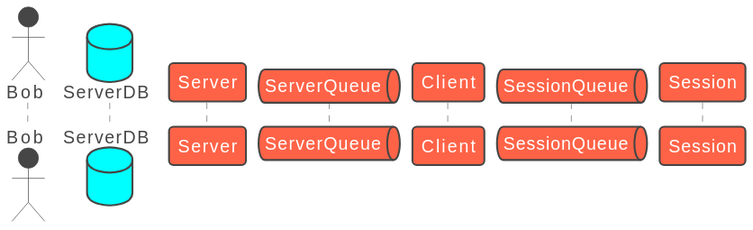
This is out/exitClient.svg from mchlebosz/IPC-Chat-Service, a PlantUML export, as it was before one commit.
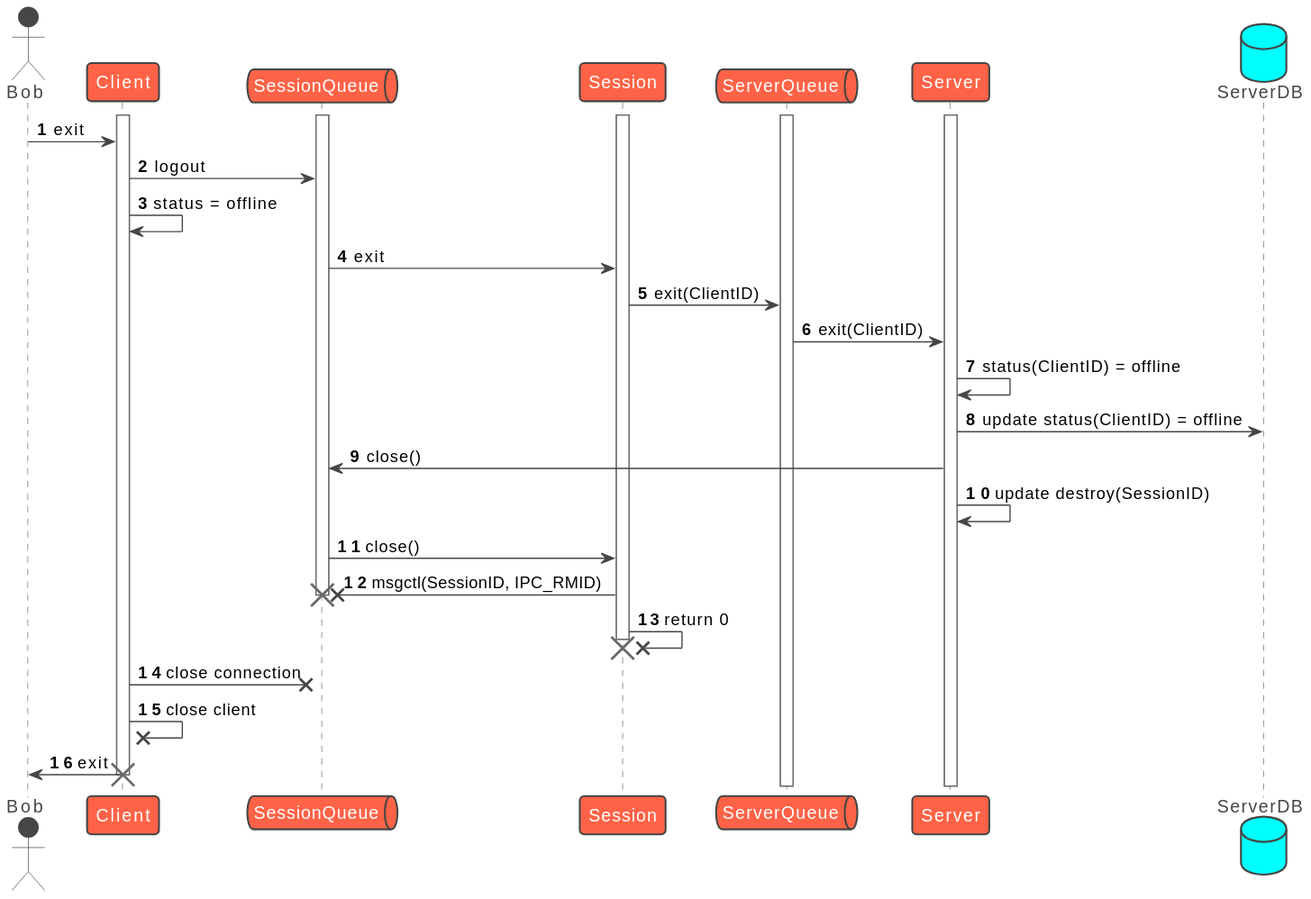
The same diagram one commit later.

Change to the diagram source:
```diff
@@ -3,10 +3,36 @@
 autonumber
 
 actor Bob as User
-database ServerDB
-participant Server
-queue ServerQueue
 participant Client
 queue SessionQueue
 participant  Session
+queue ServerQueue
+participant Server
+database ServerDB
+
+activate Session
+activate SessionQueue
+activate Server
+activate ServerQueue
+activate Client
+User -> Client : exit
+Client -> SessionQueue : logout
+Client -> Client : status = offline
+SessionQueue -> Session : exit
+Session -> ServerQueue : exit(ClientID)
+ServerQueue -> Server : exit(ClientID)
+Server -> Server : status(ClientID) = offline
+Server -> ServerDB : update status(ClientID) = offline
+Server -> SessionQueue : close()
+Server -> Server : update destroy(SessionID)
+SessionQueue -> Session : close()
+Session ->x SessionQueue : msgctl(SessionID, IPC_RMID)
+destroy SessionQueue
+Session ->x Session : return 0
+destroy Session
+
+Client ->x SessionQueue : close connection
+Client ->x Client : close client
+Client -> User : exit
+destroy Client
 @enduml
```
